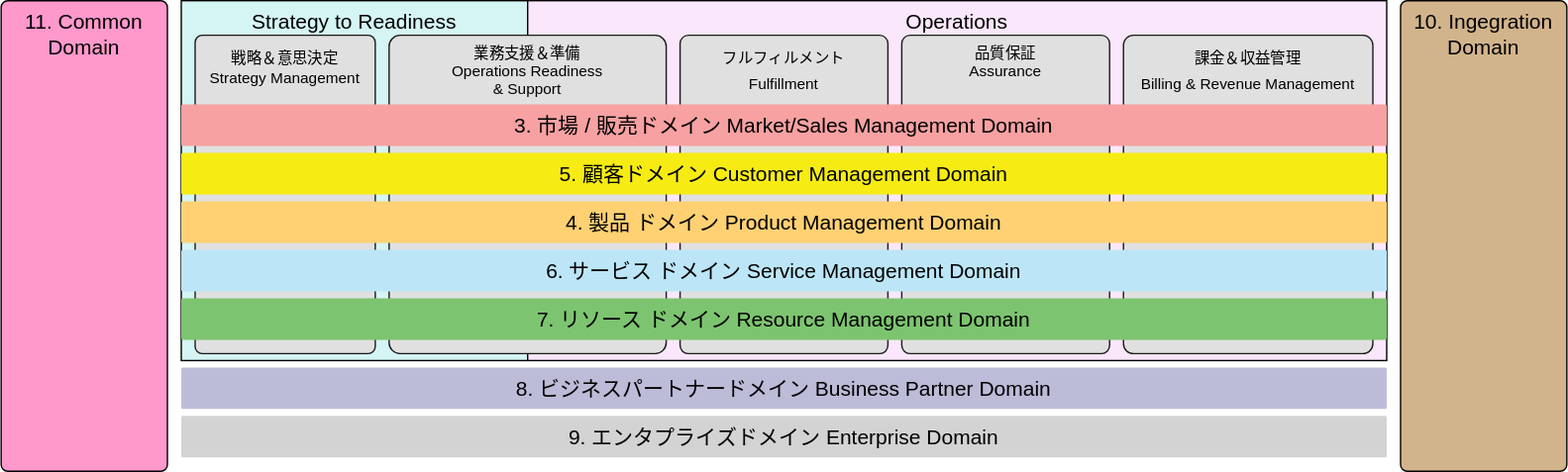
Above: src/assets/TAM_Overview_ja.drawio.svg in nojaja/FrameworxDiagramViewer (draw.io), before the change. Source tidied: cells renumbered, new cells last; positions are measured from the earlier drawing's top-left corner, leaving out a move shared by most shapes.
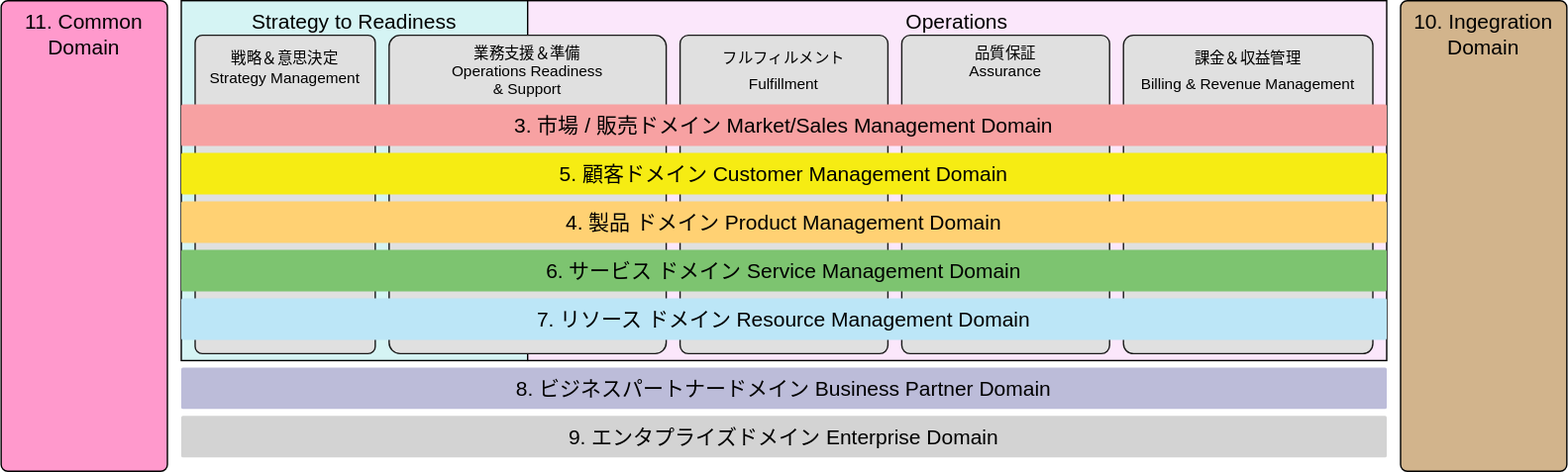
The same file after the commit.

Change to the diagram source:
```diff
@@ -38,10 +38,10 @@
     <mxCell id="13" value="4. 製品&lt;span style=&quot;color: rgba(0 , 0 , 0 , 0) ; font-family: monospace ; font-size: 0px&quot;&gt;%3CmxGraphModel%3E%3Croot%3E%3CmxCell%20id%3D%220%22%2F%3E%3CmxCell%20id%3D%221%22%20parent%3D%220%22%2F%3E%3CmxCell%20id%3D%222%22%20value%3D%22%E9%A1%A7%E5%AE%A2%26lt%3Bbr%26gt%3B%E3%83%89%E3%83%A1%E3%82%A4%E3%83%B3%22%20style%3D%22rounded%3D1%3BwhiteSpace%3Dwrap%3Bhtml%3D1%3BarcSize%3D4%3BverticalAlign%3Dmiddle%3BfontSize%3D15%3BfontColor%3D%23000000%3BstrokeColor%3Dnone%3BfillColor%3D%23F7A1A2%3B%22%20vertex%3D%221%22%20parent%3D%221%22%3E%3CmxGeometry%20x%3D%22130%22%20y%3D%22170%22%20width%3D%221030%22%20height%3D%2260%22%20as%3D%22geometry%22%2F%3E%3C%2FmxCell%3E%3C%2Froot%3E%3C%2FmxGraphModel%3E&lt;/span&gt;ドメイン&amp;nbsp;&lt;span&gt;Product Management Domain&lt;br&gt;&lt;/span&gt;" style="rounded=1;whiteSpace=wrap;html=1;arcSize=4;verticalAlign=middle;fontSize=15;fontColor=#000000;strokeColor=none;fillColor=#FFD173;" parent="1" vertex="1">
       <mxGeometry x="130" y="145" width="870" height="30" as="geometry" />
     </mxCell>
-    <mxCell id="14" value="6. サービス&lt;span style=&quot;color: rgba(0 , 0 , 0 , 0) ; font-family: monospace ; font-size: 0px&quot;&gt;%3CmxGraphModel%3E%3Croot%3E%3CmxCell%20id%3D%220%22%2F%3E%3CmxCell%20id%3D%221%22%20parent%3D%220%22%2F%3E%3CmxCell%20id%3D%222%22%20value%3D%22%E9%A1%A7%E5%AE%A2%26lt%3Bbr%26gt%3B%E3%83%89%E3%83%A1%E3%82%A4%E3%83%B3%22%20style%3D%22rounded%3D1%3BwhiteSpace%3Dwrap%3Bhtml%3D1%3BarcSize%3D4%3BverticalAlign%3Dmiddle%3BfontSize%3D15%3BfontColor%3D%23000000%3BstrokeColor%3Dnone%3BfillColor%3D%23F7A1A2%3B%22%20vertex%3D%221%22%20parent%3D%221%22%3E%3CmxGeometry%20x%3D%22130%22%20y%3D%22170%22%20width%3D%221030%22%20height%3D%2260%22%20as%3D%22geometry%22%2F%3E%3C%2FmxCell%3E%3C%2Froot%3E%3C%2FmxGraphModel%3E&lt;/span&gt;ドメイン&amp;nbsp;&lt;span&gt;Service Management Domain&lt;br&gt;&lt;/span&gt;" style="rounded=1;whiteSpace=wrap;html=1;arcSize=4;verticalAlign=middle;fontSize=15;fontColor=#000000;strokeColor=none;fillColor=#BCE6F7;" parent="1" vertex="1">
+    <mxCell id="14" value="6. サービス&lt;span style=&quot;color: rgba(0 , 0 , 0 , 0) ; font-family: monospace ; font-size: 0px&quot;&gt;%3CmxGraphModel%3E%3Croot%3E%3CmxCell%20id%3D%220%22%2F%3E%3CmxCell%20id%3D%221%22%20parent%3D%220%22%2F%3E%3CmxCell%20id%3D%222%22%20value%3D%22%E9%A1%A7%E5%AE%A2%26lt%3Bbr%26gt%3B%E3%83%89%E3%83%A1%E3%82%A4%E3%83%B3%22%20style%3D%22rounded%3D1%3BwhiteSpace%3Dwrap%3Bhtml%3D1%3BarcSize%3D4%3BverticalAlign%3Dmiddle%3BfontSize%3D15%3BfontColor%3D%23000000%3BstrokeColor%3Dnone%3BfillColor%3D%23F7A1A2%3B%22%20vertex%3D%221%22%20parent%3D%221%22%3E%3CmxGeometry%20x%3D%22130%22%20y%3D%22170%22%20width%3D%221030%22%20height%3D%2260%22%20as%3D%22geometry%22%2F%3E%3C%2FmxCell%3E%3C%2Froot%3E%3C%2FmxGraphModel%3E&lt;/span&gt;ドメイン&amp;nbsp;&lt;span&gt;Service Management Domain&lt;br&gt;&lt;/span&gt;" style="rounded=1;whiteSpace=wrap;html=1;arcSize=4;verticalAlign=middle;fontSize=15;fontColor=#000000;strokeColor=none;fillColor=#7DC470;" parent="1" vertex="1">
       <mxGeometry x="130" y="180" width="870" height="30" as="geometry" />
     </mxCell>
-    <mxCell id="15" value="7. リソース&lt;span style=&quot;color: rgba(0 , 0 , 0 , 0) ; font-family: monospace ; font-size: 0px&quot;&gt;%3CmxGraphModel%3E%3Croot%3E%3CmxCell%20id%3D%220%22%2F%3E%3CmxCell%20id%3D%221%22%20parent%3D%220%22%2F%3E%3CmxCell%20id%3D%222%22%20value%3D%22%E9%A1%A7%E5%AE%A2%26lt%3Bbr%26gt%3B%E3%83%89%E3%83%A1%E3%82%A4%E3%83%B3%22%20style%3D%22rounded%3D1%3BwhiteSpace%3Dwrap%3Bhtml%3D1%3BarcSize%3D4%3BverticalAlign%3Dmiddle%3BfontSize%3D15%3BfontColor%3D%23000000%3BstrokeColor%3Dnone%3BfillColor%3D%23F7A1A2%3B%22%20vertex%3D%221%22%20parent%3D%221%22%3E%3CmxGeometry%20x%3D%22130%22%20y%3D%22170%22%20width%3D%221030%22%20height%3D%2260%22%20as%3D%22geometry%22%2F%3E%3C%2FmxCell%3E%3C%2Froot%3E%3C%2FmxGraphModel%3E&lt;/span&gt;ドメイン&amp;nbsp;&lt;span&gt;Resource Management Domain&lt;br&gt;&lt;/span&gt;" style="rounded=1;whiteSpace=wrap;html=1;arcSize=4;verticalAlign=middle;fontSize=15;fontColor=#000000;strokeColor=none;fillColor=#7DC470;" parent="1" vertex="1">
+    <mxCell id="15" value="7. リソース&lt;span style=&quot;color: rgba(0 , 0 , 0 , 0) ; font-family: monospace ; font-size: 0px&quot;&gt;%3CmxGraphModel%3E%3Croot%3E%3CmxCell%20id%3D%220%22%2F%3E%3CmxCell%20id%3D%221%22%20parent%3D%220%22%2F%3E%3CmxCell%20id%3D%222%22%20value%3D%22%E9%A1%A7%E5%AE%A2%26lt%3Bbr%26gt%3B%E3%83%89%E3%83%A1%E3%82%A4%E3%83%B3%22%20style%3D%22rounded%3D1%3BwhiteSpace%3Dwrap%3Bhtml%3D1%3BarcSize%3D4%3BverticalAlign%3Dmiddle%3BfontSize%3D15%3BfontColor%3D%23000000%3BstrokeColor%3Dnone%3BfillColor%3D%23F7A1A2%3B%22%20vertex%3D%221%22%20parent%3D%221%22%3E%3CmxGeometry%20x%3D%22130%22%20y%3D%22170%22%20width%3D%221030%22%20height%3D%2260%22%20as%3D%22geometry%22%2F%3E%3C%2FmxCell%3E%3C%2Froot%3E%3C%2FmxGraphModel%3E&lt;/span&gt;ドメイン&amp;nbsp;&lt;span&gt;Resource Management Domain&lt;br&gt;&lt;/span&gt;" style="rounded=1;whiteSpace=wrap;html=1;arcSize=4;verticalAlign=middle;fontSize=15;fontColor=#000000;strokeColor=none;fillColor=#BCE6F7;" parent="1" vertex="1">
       <mxGeometry x="130" y="215" width="870" height="30" as="geometry" />
     </mxCell>
     <mxCell id="16" value="8. ビジネスパートナードメイン&amp;nbsp;&lt;span&gt;Business Partner Domain&lt;br&gt;&lt;/span&gt;" style="rounded=1;whiteSpace=wrap;html=1;arcSize=4;verticalAlign=middle;fontSize=15;fontColor=#000000;strokeColor=none;fillColor=#BCBCD9;" parent="1" vertex="1">
```
